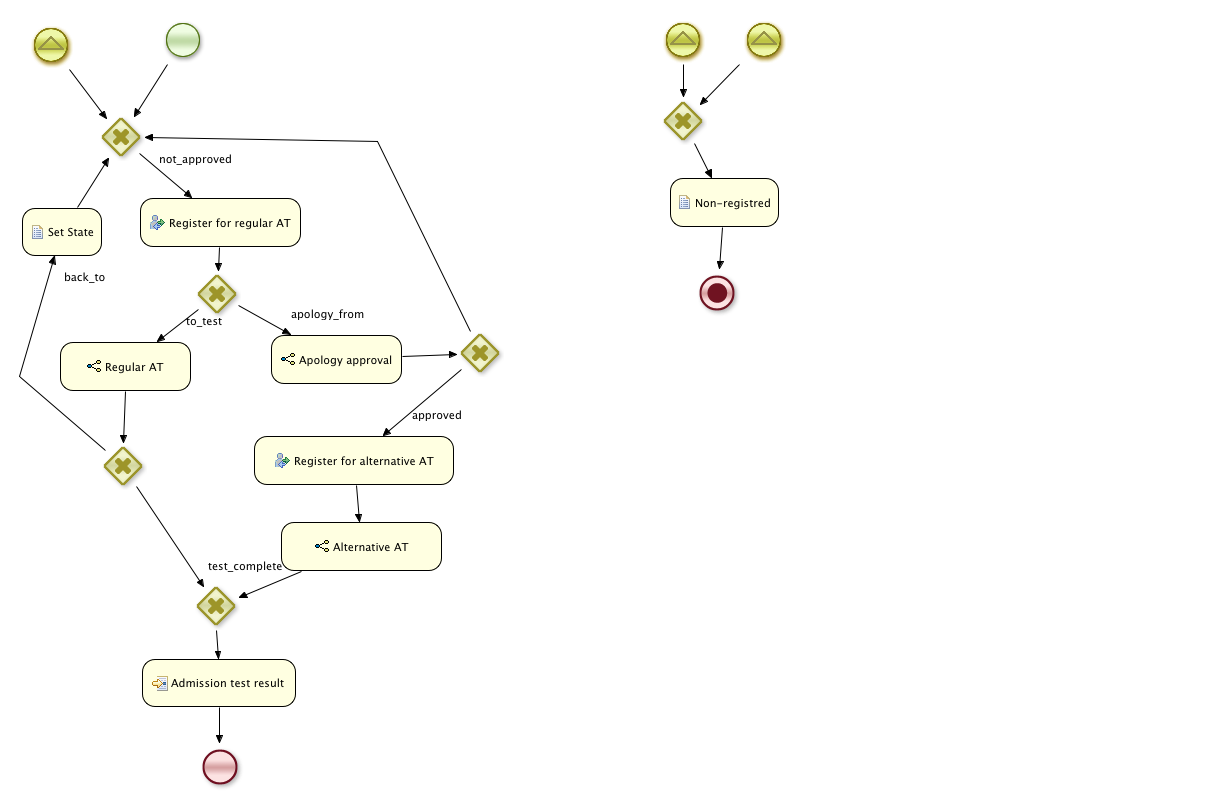
Before: src/main/resources/bpm/2012_admission_test.png, a diagram exported from BPMN (janondrusek/MI-MPR-DIP-Admission). Its source is kept beside it as src/main/resources/process/2012_admission_test.bpmn. Ids are renumbered.
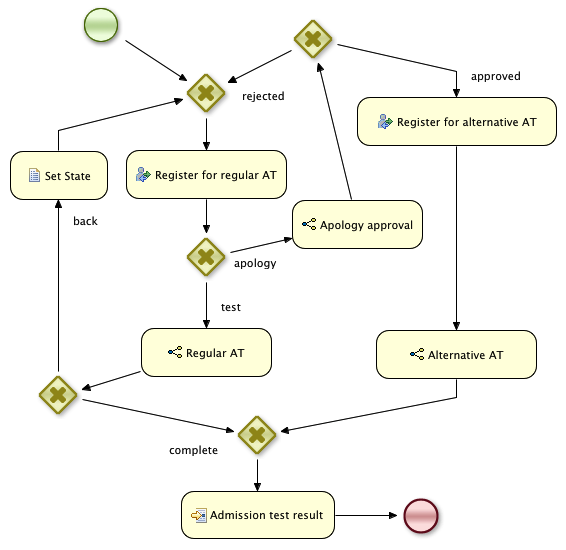
After the commit.

The edit, as a diff of the source:
```diff
@@ -14,8 +14,6 @@
   <itemDefinition id="_admissionItem" structureRef="cz.cvut.fit.mi_mpr_dip.admission.domain.Admission" />
   <itemDefinition id="_evaluatorItem" structureRef="cz.cvut.fit.mi_mpr_dip.admission.jbpm.eval.ProcessEvaluator" />
 
-  <escalation id="err_RAT_reg" escalationCode="err_RAT_reg" />
-  <escalation id="err_RAT_eval" escalationCode="err_RAT_eval" />
   <process processType="Private" isExecutable="true" id="cz.cvut.fit.mi_mpr_dip.admission.2012_admission_test" name="Sample Process" tns:packageName="defaultPackage" >
 
     <extensionElements>
@@ -57,9 +55,6 @@
     </task>
     <startEvent id="_1" name="StartProcess" />
     <endEvent id="_2" name="End" />
-    <intermediateCatchEvent id="_33" name="Signal" >
-      <signalEventDefinition signalRef="expired_time_for_at_1"/>
-    </intermediateCatchEvent>
     <exclusiveGateway id="_38" name="Gateway - Backtrack from AT" gatewayDirection="Diverging" />
     <scriptTask id="_39" name="Set State" scriptFormat="http://www.java.com/java" >
       <script>AdmissionState state = new AdmissionState();
@@ -79,34 +74,6 @@
         </outputSet>
       </ioSpecification>
     </userTask>
-    <scriptTask id="_7" name="Non-registred" >
-      <script>System.out.println("NEPRIHLASEN");</script>
-    </scriptTask>
-    <endEvent id="_40" name="Error - regular AT register" >
-      <dataInput id="_40_Input" name="error" />
-      <dataInputAssociation>
-        <sourceRef>error_var</sourceRef>
-        <targetRef>_40_Input</targetRef>
-      </dataInputAssociation>
-      <inputSet>
-        <dataInputRefs>_40_Input</dataInputRefs>
-      </inputSet>
-      <escalationEventDefinition escalationRef="err_RAT_reg" />
-    </endEvent>
-    <endEvent id="_41" name="Error - admission test eval" >
-      <dataInput id="_41_Input" name="error" />
-      <dataInputAssociation>
-        <sourceRef>error_var</sourceRef>
-        <targetRef>_41_Input</targetRef>
-      </dataInputAssociation>
-      <inputSet>
-        <dataInputRefs>_41_Input</dataInputRefs>
-      </inputSet>
-      <escalationEventDefinition escalationRef="err_RAT_eval" />
-    </endEvent>
-    <endEvent id="_12" name="End" >
-        <terminateEventDefinition/>
-    </endEvent>
     <callActivity id="_21" name="Regular AT" calledElement="cz.cvut.fit.mi_mpr_dip.admission.2012_test" >
       <extensionElements>
         <tns:onEntry-script scriptFormat="http://www.java.com/java">
@@ -169,10 +136,6 @@
     <exclusiveGateway id="_27" name="Gateway - Apology from regular AT request result" gatewayDirection="Diverging" />
     <exclusiveGateway id="_29" name="Gateway - Test completed" gatewayDirection="Converging" />
     <exclusiveGateway id="_28" name="Gateway - Invited to regular AT" gatewayDirection="Converging" />
-    <intermediateCatchEvent id="_31" name="Signal D" >
-      <signalEventDefinition signalRef="expired_time_for_at_2"/>
-    </intermediateCatchEvent>
-    <exclusiveGateway id="_30" name="Gateway - AT signals" gatewayDirection="Converging" />
 
     <!-- connections -->
     <sequenceFlow id="_28-_34" sourceRef="_28" targetRef="_34" />
@@ -185,14 +148,6 @@
     <sequenceFlow id="_27-_36" sourceRef="_27" targetRef="_36" name="approved" tns:priority="1" >
       <conditionExpression xsi:type="tFormalExpression" language="http://www.java.com/java" >return evaluator.evalApologyApproval(admission);</conditionExpression>
     </sequenceFlow>
-    <sequenceFlow id="_30-_7" sourceRef="_30" targetRef="_7" />
-    <sequenceFlow id="_25-_40" sourceRef="_25" targetRef="_40" name="err" tns:priority="3" >
-      <conditionExpression xsi:type="tFormalExpression" language="http://www.java.com/java" >return true;</conditionExpression>
-    </sequenceFlow>
-    <sequenceFlow id="_38-_41" sourceRef="_38" targetRef="_41" name="err" tns:priority="2" >
-      <conditionExpression xsi:type="tFormalExpression" language="http://www.java.com/java" >return true;</conditionExpression>
-    </sequenceFlow>
-    <sequenceFlow id="_7-_12" sourceRef="_7" targetRef="_12" />
     <sequenceFlow id="_25-_21" sourceRef="_25" targetRef="_21" name="test" tns:priority="1" >
       <conditionExpression xsi:type="tFormalExpression" language="http://www.java.com/java" >return evaluator.evalRegisterForAT(admission);</conditionExpression>
     </sequenceFlow>
@@ -211,163 +166,119 @@
       <conditionExpression xsi:type="tFormalExpression" language="http://www.java.com/java" >return true;</conditionExpression>
     </sequenceFlow>
     <sequenceFlow id="_39-_28" sourceRef="_39" targetRef="_28" />
-    <sequenceFlow id="_31-_30" sourceRef="_31" targetRef="_30" />
-    <sequenceFlow id="_33-_30" sourceRef="_33" targetRef="_30" />
 
   </process>
 
   <bpmndi:BPMNDiagram>
     <bpmndi:BPMNPlane bpmnElement="cz.cvut.fit.mi_mpr_dip.admission.2012_admission_test" >
       <bpmndi:BPMNShape bpmnElement="_34" >
-        <dc:Bounds x="208" y="196" width="161" height="49" />
+        <dc:Bounds x="142" y="165" width="161" height="49" />
       </bpmndi:BPMNShape>
       <bpmndi:BPMNShape bpmnElement="_35" >
-        <dc:Bounds x="409" y="635" width="154" height="48" />
+        <dc:Bounds x="197" y="506" width="154" height="48" />
       </bpmndi:BPMNShape>
       <bpmndi:BPMNShape bpmnElement="_1" >
-        <dc:Bounds x="338" y="12" width="48" height="48" />
+        <dc:Bounds x="93" y="16" width="48" height="48" />
       </bpmndi:BPMNShape>
       <bpmndi:BPMNShape bpmnElement="_2" >
-        <dc:Bounds x="463" y="725" width="48" height="48" />
-      </bpmndi:BPMNShape>
-      <bpmndi:BPMNShape bpmnElement="_33" >
-        <dc:Bounds x="837" y="22" width="48" height="48" />
+        <dc:Bounds x="413" y="507" width="48" height="48" />
       </bpmndi:BPMNShape>
       <bpmndi:BPMNShape bpmnElement="_38" >
-        <dc:Bounds x="239" y="471" width="48" height="48" />
+        <dc:Bounds x="50" y="386" width="48" height="48" />
       </bpmndi:BPMNShape>
       <bpmndi:BPMNShape bpmnElement="_39" >
-        <dc:Bounds x="18" y="278" width="113" height="49" />
+        <dc:Bounds x="26" y="166" width="98" height="49" />
       </bpmndi:BPMNShape>
       <bpmndi:BPMNShape bpmnElement="_36" >
-        <dc:Bounds x="553" y="192" width="200" height="49" />
-      </bpmndi:BPMNShape>
-      <bpmndi:BPMNShape bpmnElement="_7" >
-        <dc:Bounds x="809" y="184" width="109" height="49" />
-      </bpmndi:BPMNShape>
-      <bpmndi:BPMNShape bpmnElement="_40" >
-        <dc:Bounds x="206" y="290" width="48" height="48" />
-      </bpmndi:BPMNShape>
-      <bpmndi:BPMNShape bpmnElement="_41" >
-        <dc:Bounds x="210" y="535" width="48" height="48" />
-      </bpmndi:BPMNShape>
-      <bpmndi:BPMNShape bpmnElement="_12" >
-        <dc:Bounds x="916" y="265" width="48" height="48" />
+        <dc:Bounds x="373" y="112" width="200" height="49" />
       </bpmndi:BPMNShape>
       <bpmndi:BPMNShape bpmnElement="_21" >
-        <dc:Bounds x="222" y="379" width="131" height="49" />
+        <dc:Bounds x="157" y="343" width="131" height="49" />
       </bpmndi:BPMNShape>
       <bpmndi:BPMNShape bpmnElement="_23" >
-        <dc:Bounds x="377" y="376" width="131" height="49" />
+        <dc:Bounds x="308" y="215" width="131" height="49" />
       </bpmndi:BPMNShape>
       <bpmndi:BPMNShape bpmnElement="_22" >
-        <dc:Bounds x="572" y="287" width="161" height="49" />
+        <dc:Bounds x="392" y="345" width="161" height="49" />
       </bpmndi:BPMNShape>
       <bpmndi:BPMNShape bpmnElement="_25" >
-        <dc:Bounds x="263" y="290" width="48" height="48" />
+        <dc:Bounds x="198" y="248" width="48" height="48" />
       </bpmndi:BPMNShape>
       <bpmndi:BPMNShape bpmnElement="_27" >
-        <dc:Bounds x="446" y="34" width="48" height="48" />
+        <dc:Bounds x="305" y="30" width="48" height="48" />
       </bpmndi:BPMNShape>
       <bpmndi:BPMNShape bpmnElement="_29" >
-        <dc:Bounds x="518" y="542" width="48" height="48" />
+        <dc:Bounds x="249" y="426" width="48" height="48" />
       </bpmndi:BPMNShape>
       <bpmndi:BPMNShape bpmnElement="_28" >
-        <dc:Bounds x="319" y="96" width="48" height="48" />
-      </bpmndi:BPMNShape>
-      <bpmndi:BPMNShape bpmnElement="_31" >
-        <dc:Bounds x="918" y="22" width="48" height="48" />
-      </bpmndi:BPMNShape>
-      <bpmndi:BPMNShape bpmnElement="_30" >
-        <dc:Bounds x="878" y="103" width="48" height="48" />
+        <dc:Bounds x="198" y="84" width="48" height="48" />
       </bpmndi:BPMNShape>
       <bpmndi:BPMNEdge bpmnElement="_28-_34" >
-        <di:waypoint x="343" y="120" />
-        <di:waypoint x="288" y="220" />
+        <di:waypoint x="222" y="108" />
+        <di:waypoint x="222" y="189" />
       </bpmndi:BPMNEdge>
       <bpmndi:BPMNEdge bpmnElement="_29-_35" >
-        <di:waypoint x="542" y="566" />
-        <di:waypoint x="486" y="659" />
+        <di:waypoint x="273" y="450" />
+        <di:waypoint x="274" y="530" />
       </bpmndi:BPMNEdge>
       <bpmndi:BPMNEdge bpmnElement="_35-_2" >
-        <di:waypoint x="486" y="659" />
-        <di:waypoint x="487" y="749" />
+        <di:waypoint x="274" y="530" />
+        <di:waypoint x="437" y="531" />
       </bpmndi:BPMNEdge>
       <bpmndi:BPMNEdge bpmnElement="_21-_38" >
-        <di:waypoint x="287" y="403" />
-        <di:waypoint x="263" y="495" />
+        <di:waypoint x="222" y="367" />
+        <di:waypoint x="74" y="410" />
       </bpmndi:BPMNEdge>
       <bpmndi:BPMNEdge bpmnElement="_38-_39" >
-        <di:waypoint x="263" y="495" />
-        <di:waypoint x="74" y="302" />
+        <di:waypoint x="74" y="410" />
+        <di:waypoint x="75" y="190" />
       </bpmndi:BPMNEdge>
       <bpmndi:BPMNEdge bpmnElement="_27-_36" >
-        <di:waypoint x="470" y="58" />
-        <di:waypoint x="653" y="216" />
-      </bpmndi:BPMNEdge>
-      <bpmndi:BPMNEdge bpmnElement="_30-_7" >
-        <di:waypoint x="902" y="127" />
-        <di:waypoint x="863" y="208" />
-      </bpmndi:BPMNEdge>
-      <bpmndi:BPMNEdge bpmnElement="_25-_40" >
-        <di:waypoint x="287" y="314" />
-        <di:waypoint x="230" y="314" />
-      </bpmndi:BPMNEdge>
-      <bpmndi:BPMNEdge bpmnElement="_38-_41" >
-        <di:waypoint x="263" y="495" />
-        <di:waypoint x="234" y="559" />
-      </bpmndi:BPMNEdge>
-      <bpmndi:BPMNEdge bpmnElement="_7-_12" >
-        <di:waypoint x="863" y="208" />
-        <di:waypoint x="940" y="289" />
+        <di:waypoint x="329" y="54" />
+        <di:waypoint x="472" y="86" />
+        <di:waypoint x="473" y="136" />
       </bpmndi:BPMNEdge>
       <bpmndi:BPMNEdge bpmnElement="_25-_21" >
-        <di:waypoint x="287" y="314" />
-        <di:waypoint x="287" y="403" />
+        <di:waypoint x="222" y="272" />
+        <di:waypoint x="222" y="367" />
       </bpmndi:BPMNEdge>
       <bpmndi:BPMNEdge bpmnElement="_25-_23" >
-        <di:waypoint x="287" y="314" />
-        <di:waypoint x="442" y="400" />
+        <di:waypoint x="222" y="272" />
+        <di:waypoint x="373" y="239" />
       </bpmndi:BPMNEdge>
       <bpmndi:BPMNEdge bpmnElement="_36-_22" >
-        <di:waypoint x="653" y="216" />
-        <di:waypoint x="652" y="311" />
+        <di:waypoint x="473" y="136" />
+        <di:waypoint x="472" y="369" />
       </bpmndi:BPMNEdge>
       <bpmndi:BPMNEdge bpmnElement="_34-_25" >
-        <di:waypoint x="288" y="220" />
-        <di:waypoint x="287" y="314" />
+        <di:waypoint x="222" y="189" />
+        <di:waypoint x="222" y="272" />
       </bpmndi:BPMNEdge>
       <bpmndi:BPMNEdge bpmnElement="_23-_27" >
-        <di:waypoint x="442" y="400" />
-        <di:waypoint x="470" y="58" />
+        <di:waypoint x="373" y="239" />
+        <di:waypoint x="329" y="54" />
       </bpmndi:BPMNEdge>
       <bpmndi:BPMNEdge bpmnElement="_22-_29" >
-        <di:waypoint x="652" y="311" />
-        <di:waypoint x="542" y="566" />
+        <di:waypoint x="472" y="369" />
+        <di:waypoint x="472" y="412" />
+        <di:waypoint x="273" y="450" />
       </bpmndi:BPMNEdge>
       <bpmndi:BPMNEdge bpmnElement="_38-_29" >
-        <di:waypoint x="263" y="495" />
-        <di:waypoint x="542" y="566" />
+        <di:waypoint x="74" y="410" />
+        <di:waypoint x="273" y="450" />
       </bpmndi:BPMNEdge>
       <bpmndi:BPMNEdge bpmnElement="_1-_28" >
-        <di:waypoint x="362" y="36" />
-        <di:waypoint x="343" y="120" />
+        <di:waypoint x="117" y="40" />
+        <di:waypoint x="222" y="108" />
       </bpmndi:BPMNEdge>
       <bpmndi:BPMNEdge bpmnElement="_27-_28" >
-        <di:waypoint x="470" y="58" />
-        <di:waypoint x="343" y="120" />
+        <di:waypoint x="329" y="54" />
+        <di:waypoint x="222" y="108" />
       </bpmndi:BPMNEdge>
       <bpmndi:BPMNEdge bpmnElement="_39-_28" >
-        <di:waypoint x="74" y="302" />
-        <di:waypoint x="343" y="120" />
-      </bpmndi:BPMNEdge>
-      <bpmndi:BPMNEdge bpmnElement="_31-_30" >
-        <di:waypoint x="942" y="46" />
-        <di:waypoint x="902" y="127" />
-      </bpmndi:BPMNEdge>
-      <bpmndi:BPMNEdge bpmnElement="_33-_30" >
-        <di:waypoint x="861" y="46" />
-        <di:waypoint x="902" y="127" />
+        <di:waypoint x="75" y="190" />
+        <di:waypoint x="74" y="145" />
+        <di:waypoint x="222" y="108" />
       </bpmndi:BPMNEdge>
     </bpmndi:BPMNPlane>
   </bpmndi:BPMNDiagram>
```
